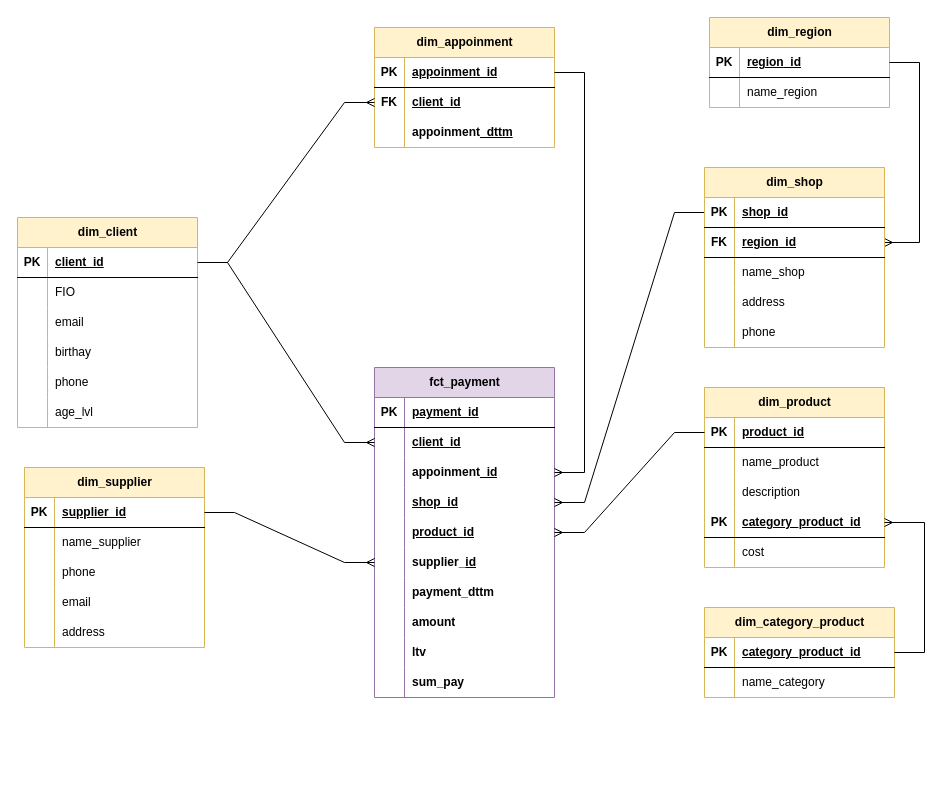
MarkovD1981/date_engineering keeps this draw.io diagram as page "Страница — 2" (2 of 4) of Диаграмма без названия.drawio. Above is the earlier version. Source tidied: cells renumbered, new cells numbered last; positions are measured from the earlier drawing's top-left corner, leaving out a move shared by most shapes. Both pictures are drawn from the tidied source at 100%, with x=0, y=0 at pixel (17, 17).
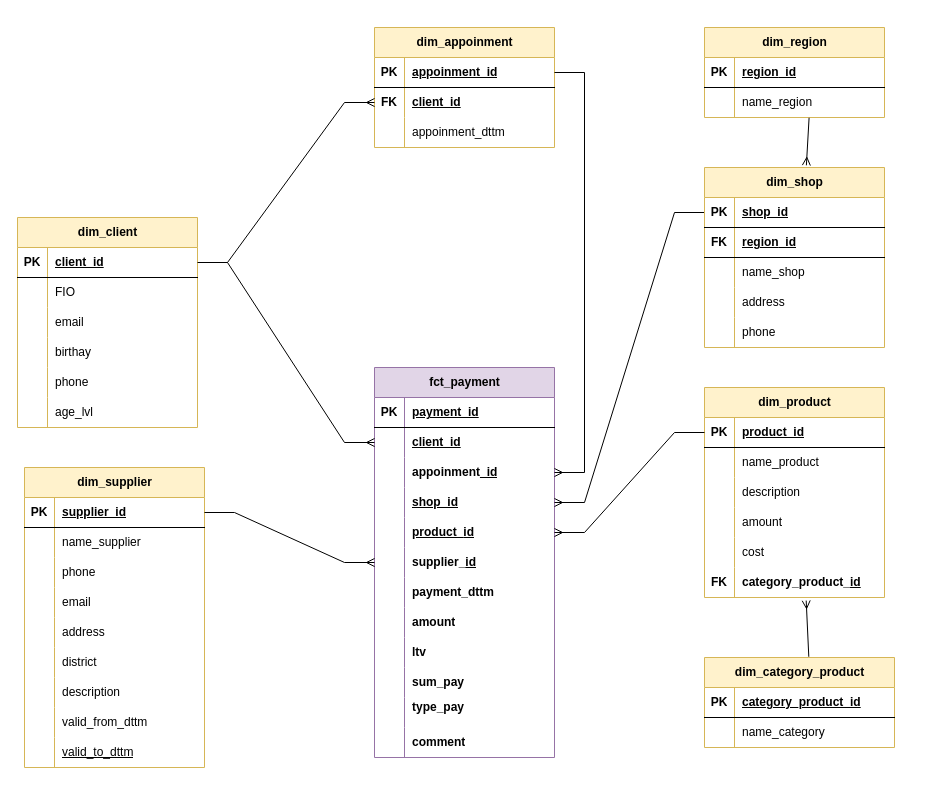
Above is the later version.

The change refers to these unchanged cells:
```xml
<mxCell id="34" style="shape=tableRow;horizontal=0;startSize=0;swimlaneHead=0;swimlaneBody=0;fillColor=none;points=[[0,0.5],[1,0.5]];portConstraint=eastwest;top=0;left=0;right=0;bottom=1;" parent="33" vertex="1">
  <mxGeometry y="30" width="190" height="30" as="geometry" />
</mxCell>
<mxCell id="97" style="shape=tableRow;horizontal=0;startSize=0;swimlaneHead=0;swimlaneBody=0;fillColor=none;points=[[0,0.5],[1,0.5]];portConstraint=eastwest;top=0;left=0;right=0;bottom=1;" parent="96" vertex="1">
  <mxGeometry y="30" width="180" height="30" as="geometry" />
</mxCell>
<mxCell id="100" style="shape=tableRow;horizontal=0;startSize=0;swimlaneHead=0;swimlaneBody=0;fillColor=none;points=[[0,0.5],[1,0.5]];portConstraint=eastwest;top=0;left=0;right=0;bottom=0;" parent="96" vertex="1">
  <mxGeometry y="60" width="180" height="30" as="geometry" />
</mxCell>
<mxCell id="104" value="dim_shop" style="shape=table;startSize=30;childLayout=tableLayout;rowLines=0;fontStyle=1;align=center;html=1;fillColor=#fff2cc;strokeColor=#d6b656;" parent="1" vertex="1">
  <mxGeometry x="687" y="150" width="180" height="180" as="geometry" />
</mxCell>
<mxCell id="108" style="shape=tableRow;horizontal=0;startSize=0;swimlaneHead=0;swimlaneBody=0;fillColor=none;points=[[0,0.5],[1,0.5]];portConstraint=eastwest;top=0;left=0;right=0;bottom=1;" parent="104" vertex="1">
  <mxGeometry y="60" width="180" height="30" as="geometry" />
</mxCell>
<mxCell id="127" style="shape=tableRow;horizontal=0;startSize=0;swimlaneHead=0;swimlaneBody=0;fillColor=none;top=0;left=0;right=0;bottom=0;" parent="120" vertex="1">
  <mxGeometry y="90" width="180" height="30" as="geometry" />
</mxCell>
```

The edit, as a diff of the source:
```diff
@@
     <mxCell id="2" value="fct_payment" style="shape=table;startSize=30;childLayout=tableLayout;rowLines=0;fontStyle=1;align=center;html=1;fillColor=#e1d5e7;strokeColor=#9673a6;" parent="1" vertex="1">
-      <mxGeometry x="357" y="350" width="180" height="330" as="geometry" />
+      <mxGeometry x="357" y="350" width="180" height="390" as="geometry" />
     </mxCell>
@@
+    <mxCell id="132" style="shape=tableRow;horizontal=0;startSize=0;swimlaneHead=0;swimlaneBody=0;fillColor=none;top=0;left=0;right=0;bottom=0;" parent="2" vertex="1">
+      <mxGeometry y="330" width="180" height="30" as="geometry" />
+    </mxCell>
+    <mxCell id="133" style="shape=partialRectangle;fillColor=none;top=0;left=0;bottom=0;right=0;overflow=hidden;whiteSpace=wrap;html=1;" parent="132" vertex="1">
+      <mxGeometry width="30" height="30" as="geometry" />
+    </mxCell>
+    <mxCell id="134" value="&lt;div style=&quot;text-align: justify;&quot;&gt;&lt;span style=&quot;text-wrap-mode: nowrap;&quot;&gt;&lt;b&gt;type_pay&lt;/b&gt;&lt;/span&gt;&lt;/div&gt;&lt;div style=&quot;text-align: justify;&quot;&gt;&lt;span style=&quot;text-wrap-mode: nowrap;&quot;&gt;&lt;b&gt;&lt;br&gt;&lt;/b&gt;&lt;/span&gt;&lt;/div&gt;" style="shape=partialRectangle;fillColor=none;top=0;left=0;bottom=0;right=0;align=left;spacingLeft=6;overflow=hidden;whiteSpace=wrap;html=1;" parent="132" vertex="1">
+      <mxGeometry x="30" width="150" height="30" as="geometry" />
+    </mxCell>
+    <mxCell id="135" style="shape=tableRow;horizontal=0;startSize=0;swimlaneHead=0;swimlaneBody=0;fillColor=none;top=0;left=0;right=0;bottom=0;" parent="2" vertex="1">
+      <mxGeometry y="360" width="180" height="30" as="geometry" />
+    </mxCell>
+    <mxCell id="136" style="shape=partialRectangle;fillColor=none;top=0;left=0;bottom=0;right=0;overflow=hidden;whiteSpace=wrap;html=1;" parent="135" vertex="1">
+      <mxGeometry width="30" height="30" as="geometry" />
+    </mxCell>
+    <mxCell id="137" value="&lt;span style=&quot;text-wrap-mode: nowrap;&quot;&gt;&lt;b&gt;comment&lt;/b&gt;&lt;/span&gt;" style="shape=partialRectangle;fillColor=none;top=0;left=0;bottom=0;right=0;align=left;spacingLeft=6;overflow=hidden;whiteSpace=wrap;html=1;" parent="135" vertex="1">
+      <mxGeometry x="30" width="150" height="30" as="geometry" />
+    </mxCell>
     <mxCell id="33" value="dim_category_product" style="shape=table;startSize=30;childLayout=tableLayout;rowLines=0;fontStyle=1;align=center;html=1;fillColor=#fff2cc;strokeColor=#d6b656;" parent="1" vertex="1">
-      <mxGeometry x="687" y="590" width="190" height="90" as="geometry" />
+      <mxGeometry x="687" y="640" width="190" height="90" as="geometry" />
     </mxCell>
@@
     <mxCell id="40" value="dim_product" style="shape=table;startSize=30;childLayout=tableLayout;rowLines=0;fontStyle=1;align=center;html=1;fillColor=#fff2cc;strokeColor=#d6b656;" parent="1" vertex="1">
-      <mxGeometry x="687" y="370" width="180" height="180" as="geometry" />
+      <mxGeometry x="687" y="370" width="180" height="210" as="geometry" />
     </mxCell>
@@
-    <mxCell id="50" style="shape=tableRow;horizontal=0;startSize=0;swimlaneHead=0;swimlaneBody=0;fillColor=none;points=[[0,0.5],[1,0.5]];portConstraint=eastwest;top=0;left=0;right=0;bottom=1;" parent="40" vertex="1">
-      <mxGeometry y="120" width="180" height="30" as="geometry" />
-    </mxCell>
-    <mxCell id="51" value="PK" style="shape=partialRectangle;fillColor=none;top=0;left=0;bottom=0;right=0;fontStyle=1;overflow=hidden;whiteSpace=wrap;html=1;" parent="50" vertex="1">
-      <mxGeometry width="30" height="30" as="geometry" />
-    </mxCell>
-    <mxCell id="52" value="&lt;span style=&quot;text-align: center; text-wrap-mode: nowrap;&quot;&gt;category_product_&lt;/span&gt;id" style="shape=partialRectangle;fillColor=none;top=0;left=0;bottom=0;right=0;align=left;spacingLeft=6;fontStyle=5;overflow=hidden;whiteSpace=wrap;html=1;" parent="50" vertex="1">
-      <mxGeometry x="30" width="150" height="30" as="geometry" />
-    </mxCell>
     <mxCell id="53" style="shape=tableRow;horizontal=0;startSize=0;swimlaneHead=0;swimlaneBody=0;fillColor=none;top=0;left=0;right=0;bottom=0;" parent="40" vertex="1">
-      <mxGeometry y="150" width="180" height="30" as="geometry" />
+      <mxGeometry y="120" width="180" height="30" as="geometry" />
     </mxCell>
@@
-    <mxCell id="55" value="cost" style="shape=partialRectangle;fillColor=none;top=0;left=0;bottom=0;right=0;align=left;spacingLeft=6;overflow=hidden;whiteSpace=wrap;html=1;" parent="53" vertex="1">
+    <mxCell id="55" value="amount" style="shape=partialRectangle;fillColor=none;top=0;left=0;bottom=0;right=0;align=left;spacingLeft=6;overflow=hidden;whiteSpace=wrap;html=1;" parent="53" vertex="1">
       <mxGeometry x="30" width="150" height="30" as="geometry" />
     </mxCell>
+    <mxCell id="138" style="shape=tableRow;horizontal=0;startSize=0;swimlaneHead=0;swimlaneBody=0;fillColor=none;top=0;left=0;right=0;bottom=0;" parent="40" vertex="1">
+      <mxGeometry y="150" width="180" height="30" as="geometry" />
+    </mxCell>
+    <mxCell id="139" style="shape=partialRectangle;fillColor=none;top=0;left=0;bottom=0;right=0;overflow=hidden;whiteSpace=wrap;html=1;" parent="138" vertex="1">
+      <mxGeometry width="30" height="30" as="geometry" />
+    </mxCell>
+    <mxCell id="140" value="cost" style="shape=partialRectangle;fillColor=none;top=0;left=0;bottom=0;right=0;align=left;spacingLeft=6;overflow=hidden;whiteSpace=wrap;html=1;" parent="138" vertex="1">
+      <mxGeometry x="30" width="150" height="30" as="geometry" />
+    </mxCell>
+    <mxCell id="141" style="shape=tableRow;horizontal=0;startSize=0;swimlaneHead=0;swimlaneBody=0;fillColor=none;points=[[0,0.5],[1,0.5]];portConstraint=eastwest;top=0;left=0;right=0;bottom=0;" parent="40" vertex="1">
+      <mxGeometry y="180" width="180" height="30" as="geometry" />
+    </mxCell>
+    <mxCell id="142" value="&lt;b&gt;FK&lt;/b&gt;" style="shape=partialRectangle;fillColor=none;top=0;left=0;bottom=0;right=0;overflow=hidden;whiteSpace=wrap;html=1;" parent="141" vertex="1">
+      <mxGeometry width="30" height="30" as="geometry" />
+    </mxCell>
+    <mxCell id="52" value="&lt;span style=&quot;font-weight: 700; text-wrap-mode: nowrap; text-align: center;&quot;&gt;category_product_&lt;/span&gt;&lt;span style=&quot;font-weight: 700; text-decoration-line: underline;&quot;&gt;id&lt;/span&gt;" style="shape=partialRectangle;fillColor=none;top=0;left=0;bottom=0;right=0;align=left;spacingLeft=6;overflow=hidden;whiteSpace=wrap;html=1;" parent="141" vertex="1">
+      <mxGeometry x="30" width="150" height="30" as="geometry" />
+    </mxCell>
     <mxCell id="56" value="dim_supplier" style="shape=table;startSize=30;childLayout=tableLayout;rowLines=0;fontStyle=1;align=center;html=1;fillColor=#fff2cc;strokeColor=#d6b656;" parent="1" vertex="1">
-      <mxGeometry x="7" y="450" width="180" height="180" as="geometry" />
+      <mxGeometry x="7" y="450" width="180" height="300" as="geometry" />
     </mxCell>
@@
+    <mxCell id="143" style="shape=tableRow;horizontal=0;startSize=0;swimlaneHead=0;swimlaneBody=0;fillColor=none;top=0;left=0;right=0;bottom=0;" parent="56" vertex="1">
+      <mxGeometry y="180" width="180" height="30" as="geometry" />
+    </mxCell>
+    <mxCell id="144" style="shape=partialRectangle;fillColor=none;top=0;left=0;bottom=0;right=0;overflow=hidden;whiteSpace=wrap;html=1;" parent="143" vertex="1">
+      <mxGeometry width="30" height="30" as="geometry" />
+    </mxCell>
+    <mxCell id="145" value="district" style="shape=partialRectangle;fillColor=none;top=0;left=0;bottom=0;right=0;align=left;spacingLeft=6;overflow=hidden;whiteSpace=wrap;html=1;" parent="143" vertex="1">
+      <mxGeometry x="30" width="150" height="30" as="geometry" />
+    </mxCell>
+    <mxCell id="146" style="shape=tableRow;horizontal=0;startSize=0;swimlaneHead=0;swimlaneBody=0;fillColor=none;top=0;left=0;right=0;bottom=0;" parent="56" vertex="1">
+      <mxGeometry y="210" width="180" height="30" as="geometry" />
+    </mxCell>
+    <mxCell id="147" style="shape=partialRectangle;fillColor=none;top=0;left=0;bottom=0;right=0;overflow=hidden;whiteSpace=wrap;html=1;" parent="146" vertex="1">
+      <mxGeometry width="30" height="30" as="geometry" />
+    </mxCell>
+    <mxCell id="148" value="description" style="shape=partialRectangle;fillColor=none;top=0;left=0;bottom=0;right=0;align=left;spacingLeft=6;overflow=hidden;whiteSpace=wrap;html=1;" parent="146" vertex="1">
+      <mxGeometry x="30" width="150" height="30" as="geometry" />
+    </mxCell>
+    <mxCell id="149" style="shape=tableRow;horizontal=0;startSize=0;swimlaneHead=0;swimlaneBody=0;fillColor=none;top=0;left=0;right=0;bottom=0;" parent="56" vertex="1">
+      <mxGeometry y="240" width="180" height="30" as="geometry" />
+    </mxCell>
+    <mxCell id="150" style="shape=partialRectangle;fillColor=none;top=0;left=0;bottom=0;right=0;overflow=hidden;whiteSpace=wrap;html=1;" parent="149" vertex="1">
+      <mxGeometry width="30" height="30" as="geometry" />
+    </mxCell>
+    <mxCell id="151" value="valid_from_dttm" style="shape=partialRectangle;fillColor=none;top=0;left=0;bottom=0;right=0;align=left;spacingLeft=6;overflow=hidden;whiteSpace=wrap;html=1;" parent="149" vertex="1">
+      <mxGeometry x="30" width="150" height="30" as="geometry" />
+    </mxCell>
+    <mxCell id="152" style="shape=tableRow;horizontal=0;startSize=0;swimlaneHead=0;swimlaneBody=0;fillColor=none;top=0;left=0;right=0;bottom=0;" parent="56" vertex="1">
+      <mxGeometry y="270" width="180" height="30" as="geometry" />
+    </mxCell>
+    <mxCell id="153" style="shape=partialRectangle;fillColor=none;top=0;left=0;bottom=0;right=0;overflow=hidden;whiteSpace=wrap;html=1;" parent="152" vertex="1">
+      <mxGeometry width="30" height="30" as="geometry" />
+    </mxCell>
+    <mxCell id="154" value="&lt;u&gt;valid_to_dttm&lt;/u&gt;" style="shape=partialRectangle;fillColor=none;top=0;left=0;bottom=0;right=0;align=left;spacingLeft=6;overflow=hidden;whiteSpace=wrap;html=1;" parent="152" vertex="1">
+      <mxGeometry x="30" width="150" height="30" as="geometry" />
+    </mxCell>
@@
-    <mxCell id="76" style="edgeStyle=entityRelationEdgeStyle;fontSize=12;html=1;endArrow=ERmany;rounded=0;" parent="1" edge="1" source="34" target="50">
+    <mxCell id="76" style="fontSize=12;html=1;endArrow=ERmany;rounded=0;entryX=0.565;entryY=1.103;entryDx=0;entryDy=0;entryPerimeter=0;exitX=0.549;exitY=-0.008;exitDx=0;exitDy=0;exitPerimeter=0;" parent="1" edge="1" source="33" target="141">
       <mxGeometry relative="1" as="geometry" />
     </mxCell>
@@
     <mxCell id="96" value="dim_region" style="shape=table;startSize=30;childLayout=tableLayout;rowLines=0;fontStyle=1;align=center;html=1;fillColor=#fff2cc;strokeColor=#d6b656;" parent="1" vertex="1">
-      <mxGeometry x="692" width="180" height="90" as="geometry" />
+      <mxGeometry x="687" y="10" width="180" height="90" as="geometry" />
     </mxCell>
@@
-    <mxCell id="103" style="edgeStyle=entityRelationEdgeStyle;fontSize=12;html=1;endArrow=ERmany;rounded=0;" parent="1" edge="1" source="97" target="108">
+    <mxCell id="103" style="fontSize=12;html=1;endArrow=ERmany;rounded=0;exitX=0.581;exitY=1.01;exitDx=0;exitDy=0;exitPerimeter=0;entryX=0.566;entryY=-0.012;entryDx=0;entryDy=0;entryPerimeter=0;" parent="1" edge="1" source="100" target="104">
       <mxGeometry relative="1" as="geometry" />
     </mxCell>
@@
-    <mxCell id="129" value="&lt;span style=&quot;font-weight: 700; text-wrap-mode: nowrap; text-align: center;&quot;&gt;appoinment&lt;u&gt;_dttm&lt;/u&gt;&lt;/span&gt;" style="shape=partialRectangle;fillColor=none;top=0;left=0;bottom=0;right=0;align=left;spacingLeft=6;overflow=hidden;whiteSpace=wrap;html=1;" parent="127" vertex="1">
+    <mxCell id="129" value="&lt;span style=&quot;text-wrap-mode: nowrap; text-align: center;&quot;&gt;appoinment_dttm&lt;/span&gt;" style="shape=partialRectangle;fillColor=none;top=0;left=0;bottom=0;right=0;align=left;spacingLeft=6;overflow=hidden;whiteSpace=wrap;html=1;" parent="127" vertex="1">
       <mxGeometry x="30" width="150" height="30" as="geometry" />
     </mxCell>
```
